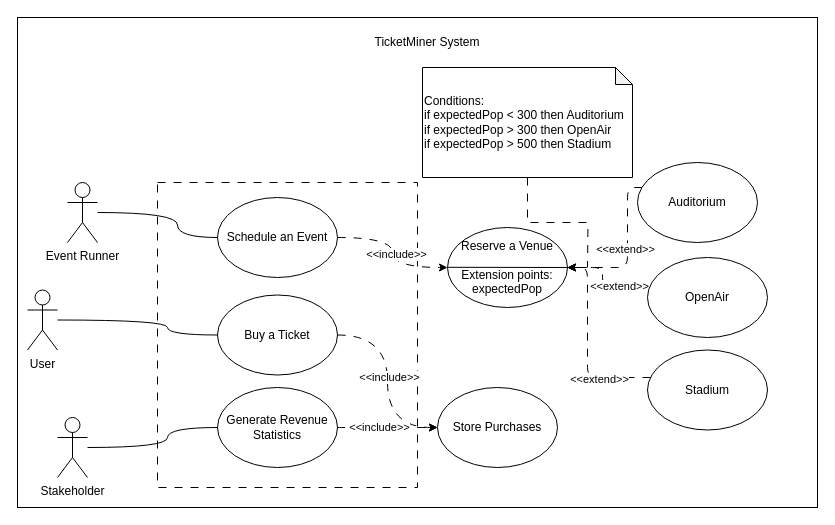
Above: TicketMiner Use Case Diagram.drawio in LeonardoHernandez-uni/Project1_SP26 (draw.io), before the change. Source tidied: cells renumbered, new cells numbered last; positions are measured from the earlier drawing's top-left corner, leaving out a move shared by most shapes. Both pictures are drawn from the tidied source at 100%, with x=0, y=0 at pixel (17, 17).
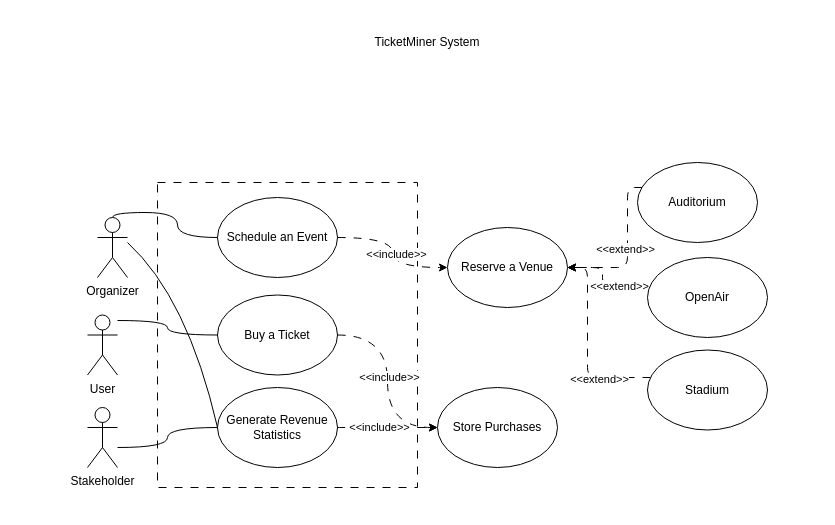
After the change.

Commit message:
Changed Event Runner to Organizer, Deleted Event Population Extension Point

Unchanged cells that the change refers to:
```xml
<mxCell id="18" value="Generate Revenue Statistics" style="ellipse;whiteSpace=wrap;html=1;fillColor=none;" parent="1" vertex="1">
  <mxGeometry x="200" y="370" width="120" height="80" as="geometry" />
</mxCell>
<mxCell id="32" style="group;" parent="1" vertex="1">
  <mxGeometry x="430" y="210" width="120" height="80" as="geometry" />
</mxCell>
```

The edit, as a diff of the source:
```diff
@@
-    <mxCell id="2" style="rounded=0;whiteSpace=wrap;html=1;fillColor=none;" parent="1" vertex="1">
-      <mxGeometry width="800" height="490" as="geometry" />
-    </mxCell>
@@
     <mxCell id="4" value="User" style="shape=umlActor;verticalLabelPosition=bottom;verticalAlign=top;html=1;" parent="1" vertex="1">
-      <mxGeometry x="10" y="272.5" width="30" height="60" as="geometry" />
+      <mxGeometry x="70" y="297.5" width="30" height="60" as="geometry" />
     </mxCell>
@@
+    <mxCell id="35" style="edgeStyle=none;curved=1;rounded=0;jettySize=auto;html=1;entryX=0;entryY=0.5;entryDx=0;entryDy=0;fontSize=12;startSize=8;endSize=8;endArrow=none;endFill=0;exitX=1;exitY=0.417;exitDx=0;exitDy=0;exitPerimeter=0;" parent="1" edge="1" source="6" target="18">
+      <mxGeometry relative="1" as="geometry">
+        <Array as="points">
+          <mxPoint x="170" y="280" />
+        </Array>
+      </mxGeometry>
+    </mxCell>
-    <mxCell id="6" value="Event Runner" style="shape=umlActor;verticalLabelPosition=bottom;verticalAlign=top;html=1;" parent="1" vertex="1">
-      <mxGeometry x="50" y="165" width="30" height="60" as="geometry" />
+    <mxCell id="6" value="Organizer" style="shape=umlActor;verticalLabelPosition=bottom;verticalAlign=top;html=1;" parent="1" vertex="1">
+      <mxGeometry x="80" y="200" width="30" height="60" as="geometry" />
     </mxCell>
@@
     <mxCell id="9" value="Stakeholder" style="shape=umlActor;verticalLabelPosition=bottom;verticalAlign=top;html=1;outlineConnect=0;" parent="1" vertex="1">
-      <mxGeometry x="40" y="400" width="30" height="60" as="geometry" />
+      <mxGeometry x="70" y="390" width="30" height="60" as="geometry" />
     </mxCell>
@@
-    <mxCell id="30" style="edgeStyle=orthogonalEdgeStyle;rounded=0;jettySize=auto;html=1;dashed=1;dashPattern=8 8;endArrow=none;endFill=0;" parent="1" edge="1" source="31">
-      <mxGeometry relative="1" as="geometry">
-        <mxPoint x="570" y="250" as="targetPoint" />
-      </mxGeometry>
-    </mxCell>
-    <mxCell id="31" value="&lt;div align=&quot;left&quot;&gt;Conditions:&amp;nbsp;&lt;br&gt;if expectedPop &amp;lt; 300 then Auditorium&lt;br&gt;if expectedPop &amp;gt; 300 then OpenAir&lt;br&gt;if expectedPop &amp;gt; 500 then Stadium&lt;/div&gt;" style="shape=note;whiteSpace=wrap;html=1;backgroundOutline=1;darkOpacity=0.05;size=17;align=left;" parent="1" vertex="1">
-      <mxGeometry x="405" y="50" width="210" height="110" as="geometry" />
-    </mxCell>
@@
-    <mxCell id="33" value="&lt;div&gt;Reserve a Venue&lt;/div&gt;&lt;div&gt;&lt;br&gt;&lt;/div&gt;&lt;div&gt;Extension points:&lt;br&gt;expectedPop&lt;/div&gt;" style="ellipse;whiteSpace=wrap;html=1;fillColor=none;" parent="32" vertex="1">
+    <mxCell id="33" value="&lt;div&gt;Reserve a Venue&lt;/div&gt;" style="ellipse;whiteSpace=wrap;html=1;fillColor=none;" parent="32" vertex="1">
       <mxGeometry width="120" height="80" as="geometry" />
     </mxCell>
-    <mxCell id="34" style="endArrow=none;html=1;rounded=0;entryX=1.036;entryY=0.5;entryDx=0;entryDy=0;entryPerimeter=0;" parent="32" edge="1" target="33">
-      <mxGeometry relative="1" as="geometry">
-        <mxPoint y="39.8" as="sourcePoint" />
-      </mxGeometry>
-    </mxCell>
```
